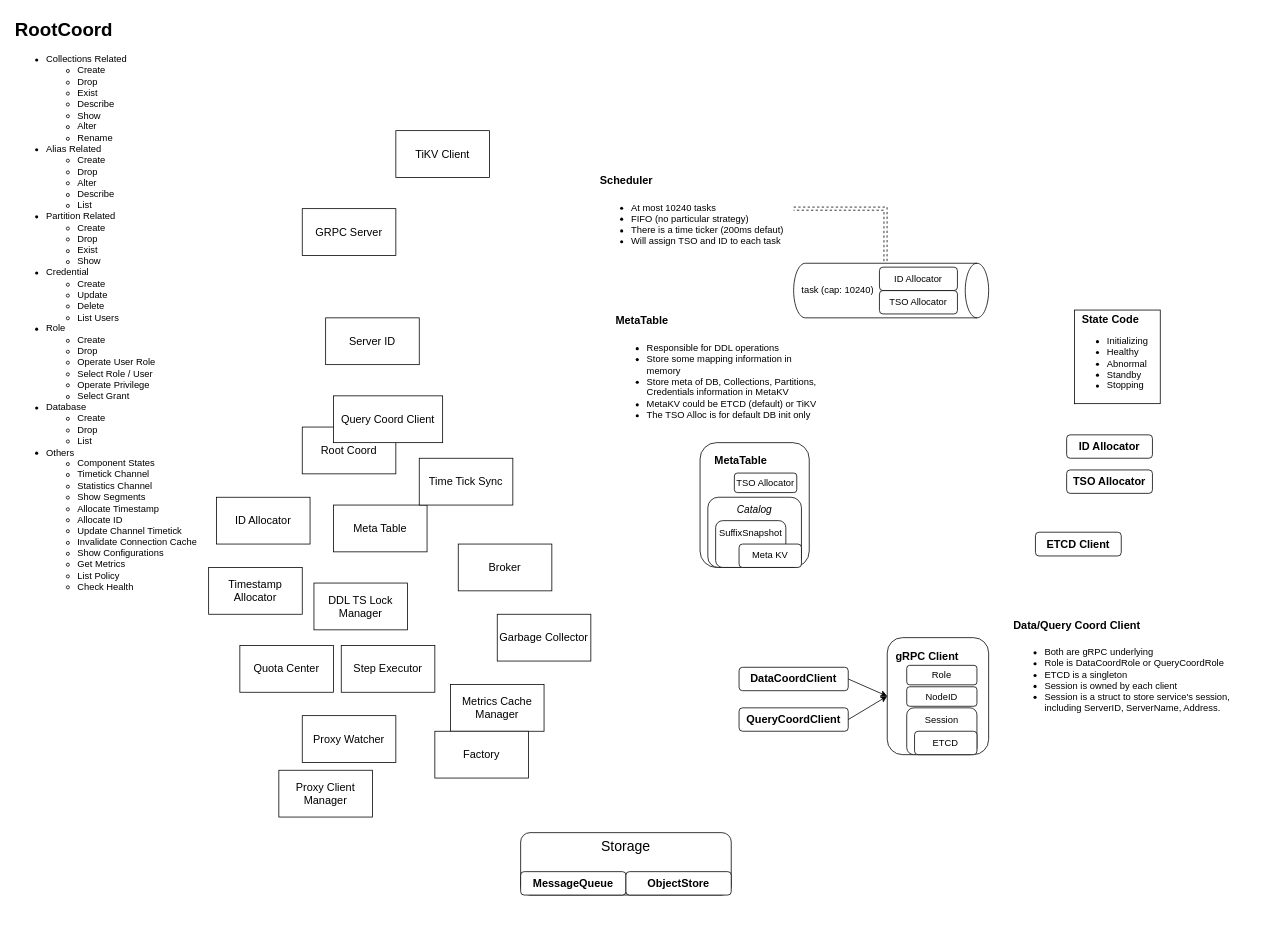
This is MilvusServer.drawio from Reidddddd/drawing, a draw.io file, before an edit. Source tidied: cells renumbered, new cells numbered last; positions are measured from the earlier drawing's top-left corner, leaving out a move shared by most shapes. Both pictures are drawn from the tidied source at 78%, with x=0, y=0 at pixel (13, 13).
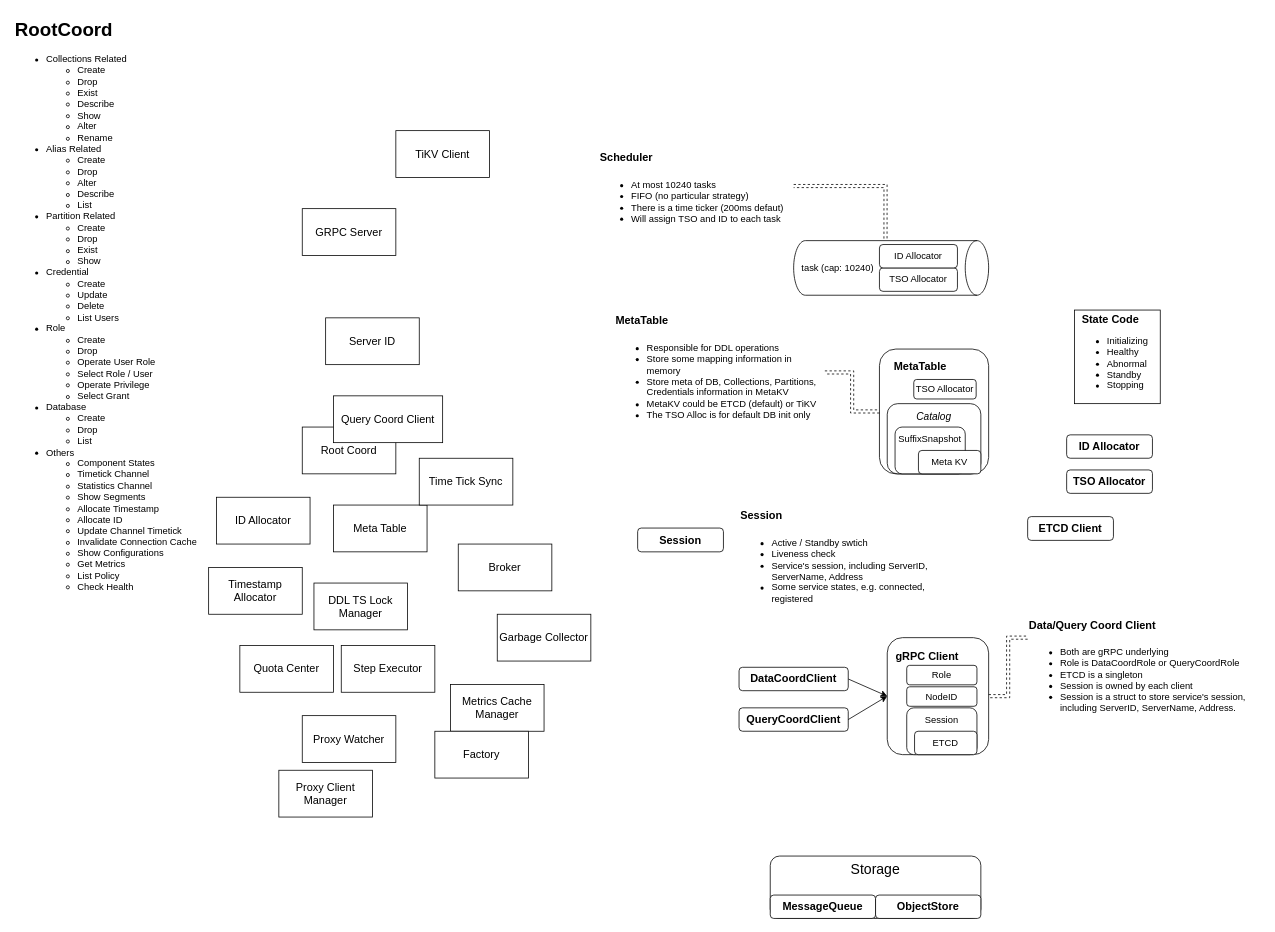
The same page after the edit.

Commit message:
Some more components of RootCoord

Unchanged cells that the change refers to:
```xml
<mxCell id="32" value="&lt;h1 style=&quot;margin-top: 0px;&quot;&gt;&lt;font style=&quot;font-size: 14px;&quot;&gt;MetaTable&lt;/font&gt;&lt;/h1&gt;&lt;p&gt;&lt;/p&gt;&lt;ul&gt;&lt;li&gt;&lt;span style=&quot;background-color: initial;&quot;&gt;Responsible for DDL operations&lt;/span&gt;&lt;/li&gt;&lt;li&gt;&lt;span style=&quot;background-color: initial;&quot;&gt;Store some mapping information in memory&lt;/span&gt;&lt;/li&gt;&lt;li&gt;&lt;span style=&quot;background-color: initial;&quot;&gt;Store meta of DB, Collections, Partitions, Credentials information in MetaKV&lt;/span&gt;&lt;/li&gt;&lt;li&gt;&lt;span style=&quot;background-color: initial;&quot;&gt;MetaKV could be ETCD (default) or TiKV&lt;/span&gt;&lt;/li&gt;&lt;li&gt;&lt;span style=&quot;background-color: initial;&quot;&gt;The TSO Alloc is for default DB init only&lt;/span&gt;&lt;/li&gt;&lt;/ul&gt;&lt;p&gt;&lt;/p&gt;" style="text;html=1;whiteSpace=wrap;overflow=hidden;rounded=0;" parent="1" vertex="1">
  <mxGeometry x="770" y="370" width="270" height="180" as="geometry" />
</mxCell>
<mxCell id="40" value="&lt;div&gt;&lt;span style=&quot;background-color: initial; font-size: 14px;&quot;&gt;&lt;b&gt;gRPC Client&lt;/b&gt;&lt;/span&gt;&lt;b style=&quot;&quot;&gt;&lt;font style=&quot;font-size: 14px;&quot;&gt;&amp;nbsp; &amp;nbsp; &amp;nbsp; &amp;nbsp;&lt;/font&gt;&lt;/b&gt;&lt;/div&gt;&lt;div&gt;&lt;b style=&quot;&quot;&gt;&lt;font style=&quot;font-size: 14px;&quot;&gt;&lt;br&gt;&lt;/font&gt;&lt;/b&gt;&lt;/div&gt;&lt;div&gt;&lt;br&gt;&lt;/div&gt;&lt;div&gt;&lt;br&gt;&lt;/div&gt;&lt;div&gt;&lt;br&gt;&lt;/div&gt;&lt;div&gt;&lt;br&gt;&lt;/div&gt;&lt;div&gt;&lt;br&gt;&lt;/div&gt;&lt;div&gt;&lt;br&gt;&lt;/div&gt;" style="rounded=1;whiteSpace=wrap;html=1;" parent="1" vertex="1">
  <mxGeometry x="1120" y="800" width="130" height="150" as="geometry" />
</mxCell>
```

Diff of the diagram source:
```diff
@@
     <mxCell id="2" value="&lt;div&gt;&lt;b style=&quot;&quot;&gt;&lt;font style=&quot;font-size: 14px;&quot;&gt;MetaTable&amp;nbsp; &amp;nbsp; &amp;nbsp; &amp;nbsp; &amp;nbsp;&lt;/font&gt;&lt;/b&gt;&lt;/div&gt;&lt;div&gt;&lt;b&gt;&lt;br&gt;&lt;/b&gt;&lt;/div&gt;&lt;div&gt;&lt;br&gt;&lt;/div&gt;&lt;div&gt;&lt;br&gt;&lt;/div&gt;&lt;div&gt;&lt;br&gt;&lt;/div&gt;&lt;div&gt;&lt;br&gt;&lt;/div&gt;&lt;div&gt;&lt;br&gt;&lt;/div&gt;&lt;div&gt;&lt;br&gt;&lt;/div&gt;&lt;div&gt;&lt;br&gt;&lt;/div&gt;" style="rounded=1;whiteSpace=wrap;html=1;" parent="1" vertex="1">
-      <mxGeometry x="880" y="550" width="140" height="160" as="geometry" />
+      <mxGeometry x="1110" y="430" width="140" height="160" as="geometry" />
     </mxCell>
     <mxCell id="3" value="&lt;font style=&quot;font-size: 13px;&quot;&gt;&lt;i&gt;Catalog&lt;/i&gt;&lt;/font&gt;&lt;div&gt;&lt;b&gt;&lt;br&gt;&lt;/b&gt;&lt;/div&gt;&lt;div&gt;&lt;b&gt;&lt;br&gt;&lt;/b&gt;&lt;/div&gt;&lt;div&gt;&lt;b&gt;&lt;br&gt;&lt;/b&gt;&lt;/div&gt;&lt;div&gt;&lt;br&gt;&lt;/div&gt;" style="rounded=1;whiteSpace=wrap;html=1;" parent="1" vertex="1">
-      <mxGeometry x="890" y="620" width="120" height="90" as="geometry" />
+      <mxGeometry x="1120" y="500" width="120" height="90" as="geometry" />
     </mxCell>
     <mxCell id="4" value="&lt;font style=&quot;font-size: 12px;&quot;&gt;SuffixSnapshot&lt;/font&gt;&lt;div&gt;&lt;font style=&quot;font-size: 12px;&quot;&gt;&lt;br&gt;&lt;/font&gt;&lt;/div&gt;&lt;div&gt;&lt;font style=&quot;font-size: 12px;&quot;&gt;&lt;br&gt;&lt;/font&gt;&lt;/div&gt;" style="rounded=1;whiteSpace=wrap;html=1;" parent="1" vertex="1">
-      <mxGeometry x="900" y="650" width="90" height="60" as="geometry" />
+      <mxGeometry x="1130" y="530" width="90" height="60" as="geometry" />
     </mxCell>
@@
     <mxCell id="24" value="&lt;span style=&quot;font-size: 18px;&quot;&gt;&lt;font style=&quot;font-size: 18px;&quot;&gt;Storage&lt;/font&gt;&lt;/span&gt;&lt;div style=&quot;font-size: 18px;&quot;&gt;&lt;font style=&quot;font-size: 18px;&quot;&gt;&lt;br&gt;&lt;/font&gt;&lt;/div&gt;&lt;div style=&quot;font-size: 18px;&quot;&gt;&lt;b&gt;&lt;font style=&quot;font-size: 14px;&quot;&gt;&lt;br&gt;&lt;/font&gt;&lt;/b&gt;&lt;/div&gt;" style="rounded=1;whiteSpace=wrap;html=1;" parent="1" vertex="1">
-      <mxGeometry x="650" y="1050" width="270" height="80" as="geometry" />
+      <mxGeometry x="970" y="1080" width="270" height="80" as="geometry" />
     </mxCell>
@@
     <mxCell id="26" value="&amp;nbsp;task (cap: 10240)" style="shape=cylinder3;whiteSpace=wrap;html=1;boundedLbl=1;backgroundOutline=1;size=15;direction=south;align=left;" parent="1" vertex="1">
-      <mxGeometry x="1000" y="320" width="250" height="70" as="geometry" />
+      <mxGeometry x="1000" y="291" width="250" height="70" as="geometry" />
     </mxCell>
     <mxCell id="27" value="&lt;h1 style=&quot;margin-top: 0px;&quot;&gt;&lt;font style=&quot;font-size: 14px;&quot;&gt;Scheduler&lt;/font&gt;&lt;/h1&gt;&lt;p&gt;&lt;/p&gt;&lt;ul&gt;&lt;li&gt;At most 10240 tasks&lt;/li&gt;&lt;li&gt;FIFO (no particular strategy)&lt;/li&gt;&lt;li&gt;There is a time ticker (200ms defaut)&lt;/li&gt;&lt;li&gt;Will assign TSO and ID to each task&lt;/li&gt;&lt;/ul&gt;&lt;p&gt;&lt;/p&gt;" style="text;html=1;whiteSpace=wrap;overflow=hidden;rounded=0;" parent="1" vertex="1">
-      <mxGeometry x="750" y="190" width="250" height="120" as="geometry" />
+      <mxGeometry x="750" y="161" width="250" height="120" as="geometry" />
     </mxCell>
@@
     <mxCell id="33" value="&lt;font style=&quot;font-size: 12px;&quot;&gt;Meta KV&lt;/font&gt;" style="rounded=1;whiteSpace=wrap;html=1;" parent="1" vertex="1">
-      <mxGeometry x="930" y="680" width="80" height="30" as="geometry" />
+      <mxGeometry x="1160" y="560" width="80" height="30" as="geometry" />
     </mxCell>
     <mxCell id="34" value="&lt;font style=&quot;font-size: 12px;&quot;&gt;TSO Allocator&lt;/font&gt;" style="rounded=1;whiteSpace=wrap;html=1;" parent="1" vertex="1">
-      <mxGeometry x="1110" y="355" width="100" height="30" as="geometry" />
+      <mxGeometry x="1110" y="326" width="100" height="30" as="geometry" />
     </mxCell>
     <mxCell id="35" value="&lt;font style=&quot;font-size: 12px;&quot;&gt;ID Allocator&lt;/font&gt;" style="rounded=1;whiteSpace=wrap;html=1;" parent="1" vertex="1">
-      <mxGeometry x="1110" y="325" width="100" height="30" as="geometry" />
+      <mxGeometry x="1110" y="296" width="100" height="30" as="geometry" />
     </mxCell>
     <mxCell id="36" value="&lt;font style=&quot;font-size: 14px;&quot;&gt;&lt;b&gt;ETCD Client&lt;/b&gt;&lt;/font&gt;" style="rounded=1;whiteSpace=wrap;html=1;" parent="1" vertex="1">
-      <mxGeometry x="1310" y="664.8" width="110" height="30.5" as="geometry" />
+      <mxGeometry x="1300" y="644.8" width="110" height="30.5" as="geometry" />
     </mxCell>
     <mxCell id="37" value="&lt;font style=&quot;font-size: 12px;&quot;&gt;TSO Allocator&lt;/font&gt;" style="rounded=1;whiteSpace=wrap;html=1;" parent="1" vertex="1">
-      <mxGeometry x="924" y="589" width="80" height="25" as="geometry" />
+      <mxGeometry x="1154" y="469" width="80" height="25" as="geometry" />
     </mxCell>
@@
     <mxCell id="46" value="&lt;h1 style=&quot;margin-top: 0px;&quot;&gt;&lt;font style=&quot;font-size: 14px;&quot;&gt;Data/Query Coord Client&lt;/font&gt;&lt;/h1&gt;&lt;p&gt;&lt;/p&gt;&lt;ul&gt;&lt;li&gt;&lt;span style=&quot;background-color: initial;&quot;&gt;Both are gRPC underlying&lt;/span&gt;&lt;/li&gt;&lt;li&gt;&lt;span style=&quot;background-color: initial;&quot;&gt;Role is DataCoordRole or QueryCoordRole&lt;br&gt;&lt;/span&gt;&lt;/li&gt;&lt;li&gt;ETCD is a singleton&lt;/li&gt;&lt;li&gt;Session is owned by each client&lt;/li&gt;&lt;li&gt;Session is a struct to store service's session, including ServerID, ServerName, Address.&lt;/li&gt;&lt;/ul&gt;&lt;p&gt;&lt;/p&gt;" style="text;html=1;whiteSpace=wrap;overflow=hidden;rounded=0;" parent="1" vertex="1">
-      <mxGeometry x="1280" y="760" width="300" height="160" as="geometry" />
+      <mxGeometry x="1300" y="760" width="300" height="160" as="geometry" />
     </mxCell>
     <mxCell id="47" value="&lt;font style=&quot;font-size: 14px;&quot;&gt;&lt;b&gt;MessageQueue&lt;/b&gt;&lt;/font&gt;" style="rounded=1;whiteSpace=wrap;html=1;" parent="1" vertex="1">
-      <mxGeometry x="650" y="1100" width="135" height="30" as="geometry" />
+      <mxGeometry x="970" y="1130" width="135" height="30" as="geometry" />
     </mxCell>
     <mxCell id="48" value="&lt;font style=&quot;font-size: 14px;&quot;&gt;&lt;b&gt;ObjectStore&lt;/b&gt;&lt;/font&gt;" style="rounded=1;whiteSpace=wrap;html=1;" parent="1" vertex="1">
-      <mxGeometry x="785" y="1100" width="135" height="30" as="geometry" />
+      <mxGeometry x="1105" y="1130" width="135" height="30" as="geometry" />
     </mxCell>
+    <mxCell id="49" style="rounded=0;jettySize=auto;html=1;exitX=1;exitY=0.5;exitDx=0;exitDy=0;entryX=0;entryY=0.5;entryDx=0;entryDy=0;shape=link;edgeStyle=orthogonalEdgeStyle;dashed=1;" parent="1" edge="1" source="32" target="2">
+      <mxGeometry relative="1" as="geometry" />
+    </mxCell>
+    <mxCell id="50" style="rounded=0;jettySize=auto;html=1;exitX=1;exitY=0.5;exitDx=0;exitDy=0;entryX=0;entryY=0.25;entryDx=0;entryDy=0;shape=link;edgeStyle=orthogonalEdgeStyle;dashed=1;" parent="1" edge="1" source="40" target="46">
+      <mxGeometry relative="1" as="geometry" />
+    </mxCell>
+    <mxCell id="51" value="&lt;font style=&quot;font-size: 14px;&quot;&gt;&lt;b&gt;Session&lt;/b&gt;&lt;/font&gt;" style="rounded=1;whiteSpace=wrap;html=1;" parent="1" vertex="1">
+      <mxGeometry x="800" y="659.5" width="110" height="30.5" as="geometry" />
+    </mxCell>
+    <mxCell id="52" value="&lt;h1 style=&quot;margin-top: 0px;&quot;&gt;&lt;font style=&quot;font-size: 14px;&quot;&gt;Session&lt;/font&gt;&lt;/h1&gt;&lt;p&gt;&lt;/p&gt;&lt;ul&gt;&lt;li&gt;&lt;span style=&quot;background-color: initial;&quot;&gt;Active / Standby swtich&lt;/span&gt;&lt;/li&gt;&lt;li&gt;Liveness check&lt;/li&gt;&lt;li&gt;Service's session, including ServerID, ServerName, Address&lt;/li&gt;&lt;li&gt;Some service states, e.g. connected, registered&lt;/li&gt;&lt;/ul&gt;&lt;p&gt;&lt;/p&gt;" style="text;html=1;whiteSpace=wrap;overflow=hidden;rounded=0;" parent="1" vertex="1">
+      <mxGeometry x="930" y="620" width="246" height="150" as="geometry" />
+    </mxCell>
```
